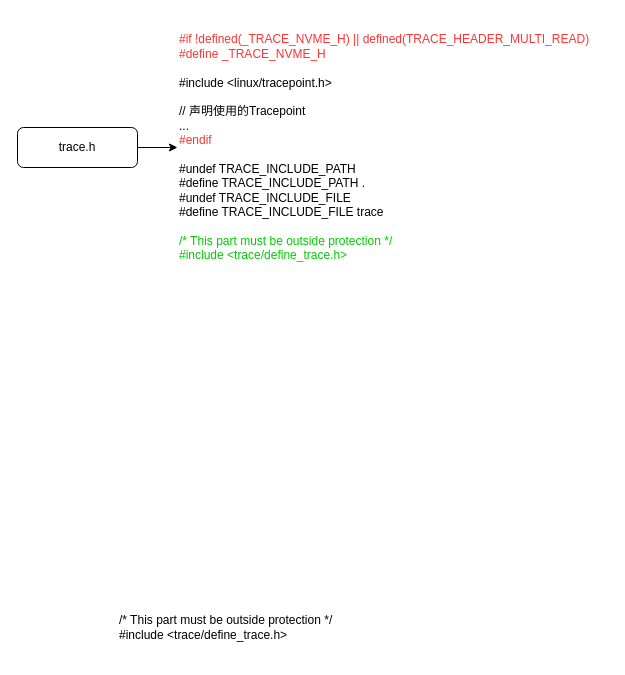
Above: linux/linux_debug.drawio in Aspiresky/draw.io (draw.io), before the change. Source tidied: cells renumbered, new cells numbered last; positions are measured from the earlier drawing's top-left corner, leaving out a move shared by most shapes. Both pictures are drawn from the tidied source at 100%, with x=0, y=0 at pixel (17, 17).
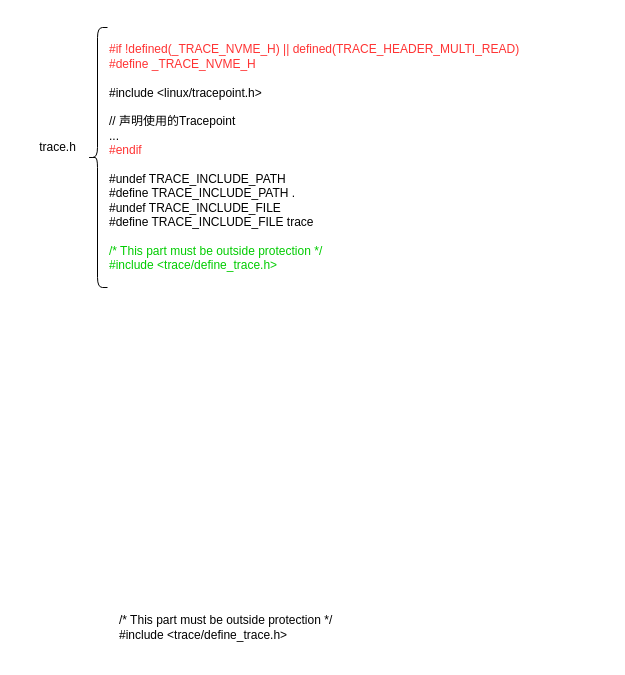
Above is the later version.

The edit, as a diff of the source:
```diff
@@
 <mxGraphModel>
   <root>
     <mxCell id="0" />
     <mxCell id="1" parent="0" />
-    <mxCell id="2" style="edgeStyle=orthogonalEdgeStyle;rounded=0;jettySize=auto;html=1;entryX=0;entryY=0.5;entryDx=0;entryDy=0;" parent="1" edge="1" source="3" target="4">
-      <mxGeometry relative="1" as="geometry" />
-    </mxCell>
-    <mxCell id="3" value="trace.h" style="rounded=1;whiteSpace=wrap;html=1;" parent="1" vertex="1">
-      <mxGeometry y="110" width="120" height="40" as="geometry" />
-    </mxCell>
     <mxCell id="4" value="&lt;div&gt;&lt;span style=&quot;background-color: transparent;&quot;&gt;&lt;font style=&quot;color: rgb(255, 51, 51);&quot;&gt;#if !defined(_TRACE_NVME_H) || defined(TRACE_HEADER_MULTI_READ)&lt;/font&gt;&lt;/span&gt;&lt;/div&gt;&lt;div&gt;&lt;div&gt;&lt;font style=&quot;color: rgb(255, 51, 51);&quot;&gt;#define _TRACE_NVME_H&lt;/font&gt;&lt;/div&gt;&lt;/div&gt;&lt;div&gt;&lt;br&gt;&lt;/div&gt;#include &amp;lt;linux/tracepoint.h&amp;gt;&lt;div&gt;&lt;br&gt;&lt;div&gt;// 声明使用的Tracepoint&lt;/div&gt;&lt;div&gt;...&lt;/div&gt;&lt;/div&gt;&lt;div&gt;&lt;font style=&quot;color: rgb(255, 51, 51);&quot;&gt;#endif&lt;/font&gt;&lt;/div&gt;&lt;div&gt;&lt;br&gt;&lt;/div&gt;&lt;div&gt;&lt;div&gt;#undef TRACE_INCLUDE_PATH&lt;/div&gt;&lt;div&gt;#define TRACE_INCLUDE_PATH .&lt;/div&gt;&lt;div&gt;#undef TRACE_INCLUDE_FILE&lt;/div&gt;&lt;div&gt;#define TRACE_INCLUDE_FILE trace&lt;/div&gt;&lt;/div&gt;&lt;div&gt;&lt;br&gt;&lt;/div&gt;&lt;div&gt;&lt;div&gt;&lt;font style=&quot;color: rgb(0, 204, 0);&quot;&gt;/* This part must be outside protection */&lt;/font&gt;&lt;/div&gt;&lt;div&gt;&lt;font style=&quot;color: rgb(0, 204, 0);&quot;&gt;#include &amp;lt;trace/define_trace.h&amp;gt;&lt;/font&gt;&lt;/div&gt;&lt;/div&gt;" style="text;html=1;align=left;verticalAlign=middle;whiteSpace=wrap;rounded=0;" parent="1" vertex="1">
-      <mxGeometry x="160" width="430" height="260" as="geometry" />
+      <mxGeometry x="90" y="10" width="430" height="260" as="geometry" />
     </mxCell>
     <mxCell id="5" value="&lt;div&gt;/* This part must be outside protection */&lt;/div&gt;&lt;div&gt;#include &amp;lt;trace/define_trace.h&amp;gt;&lt;/div&gt;" style="text;html=1;align=left;verticalAlign=middle;whiteSpace=wrap;rounded=0;" parent="1" vertex="1">
       <mxGeometry x="100" y="580" width="320" height="60" as="geometry" />
     </mxCell>
+    <mxCell id="6" style="shape=curlyBracket;whiteSpace=wrap;html=1;rounded=1;labelPosition=left;verticalLabelPosition=middle;align=right;verticalAlign=middle;" parent="1" vertex="1">
+      <mxGeometry x="70" y="10" width="20" height="260" as="geometry" />
+    </mxCell>
+    <mxCell id="3" value="trace.h" style="text;html=1;align=center;verticalAlign=middle;points=[];strokeColor=none;fillColor=none;" parent="1" vertex="1">
+      <mxGeometry x="10" y="115" width="60" height="30" as="geometry" />
+    </mxCell>
   </root>
 </mxGraphModel>
```
